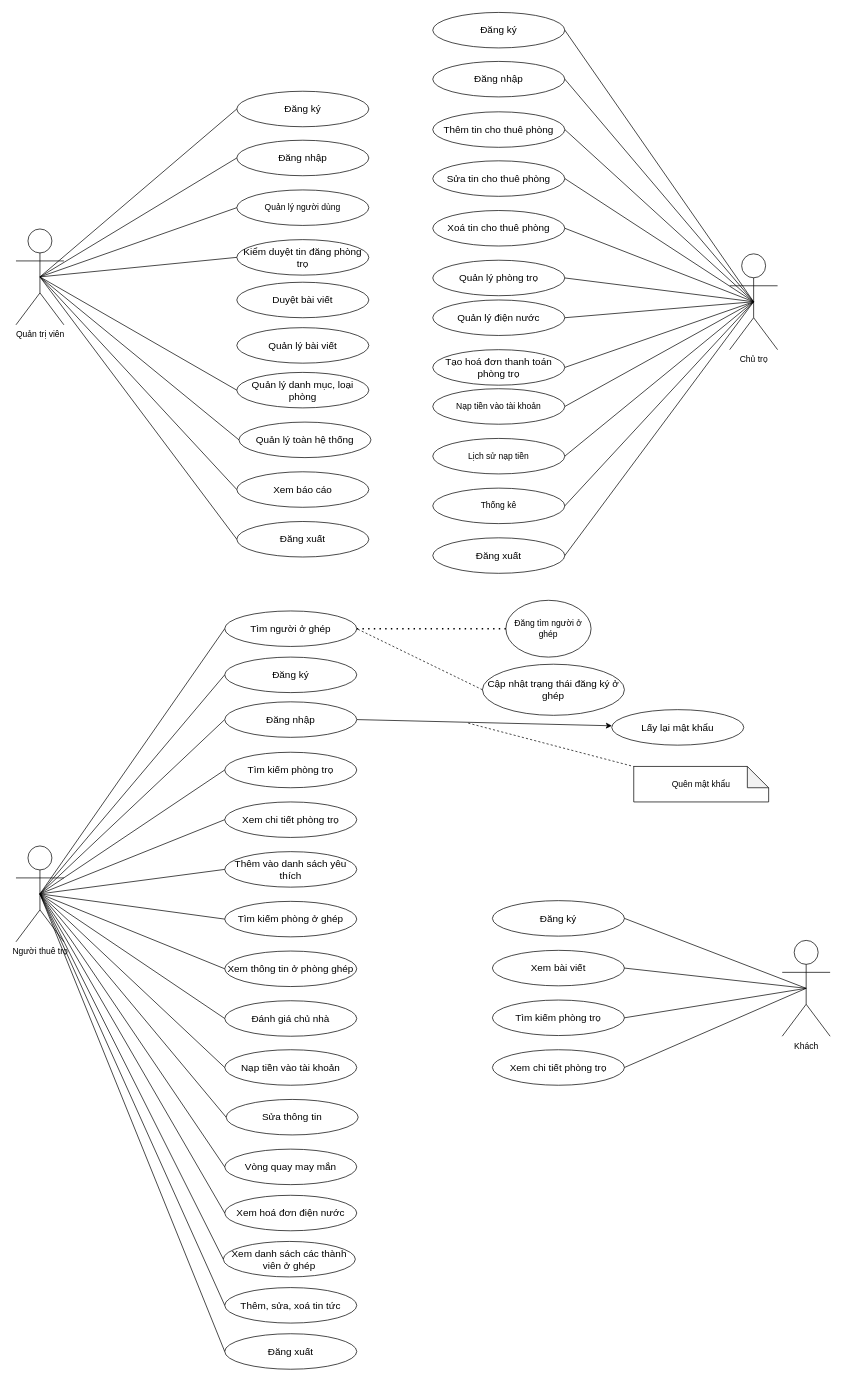
Before: Biểu đồ không có tiêu đề.drawio in thanhbinh0501/php3, a draw.io diagram. Source tidied: cells renumbered, new cells numbered last; positions are measured from the earlier drawing's top-left corner, leaving out a move shared by most shapes. Both pictures are drawn from the tidied source at 71%, with x=0, y=0 at pixel (16, 12).
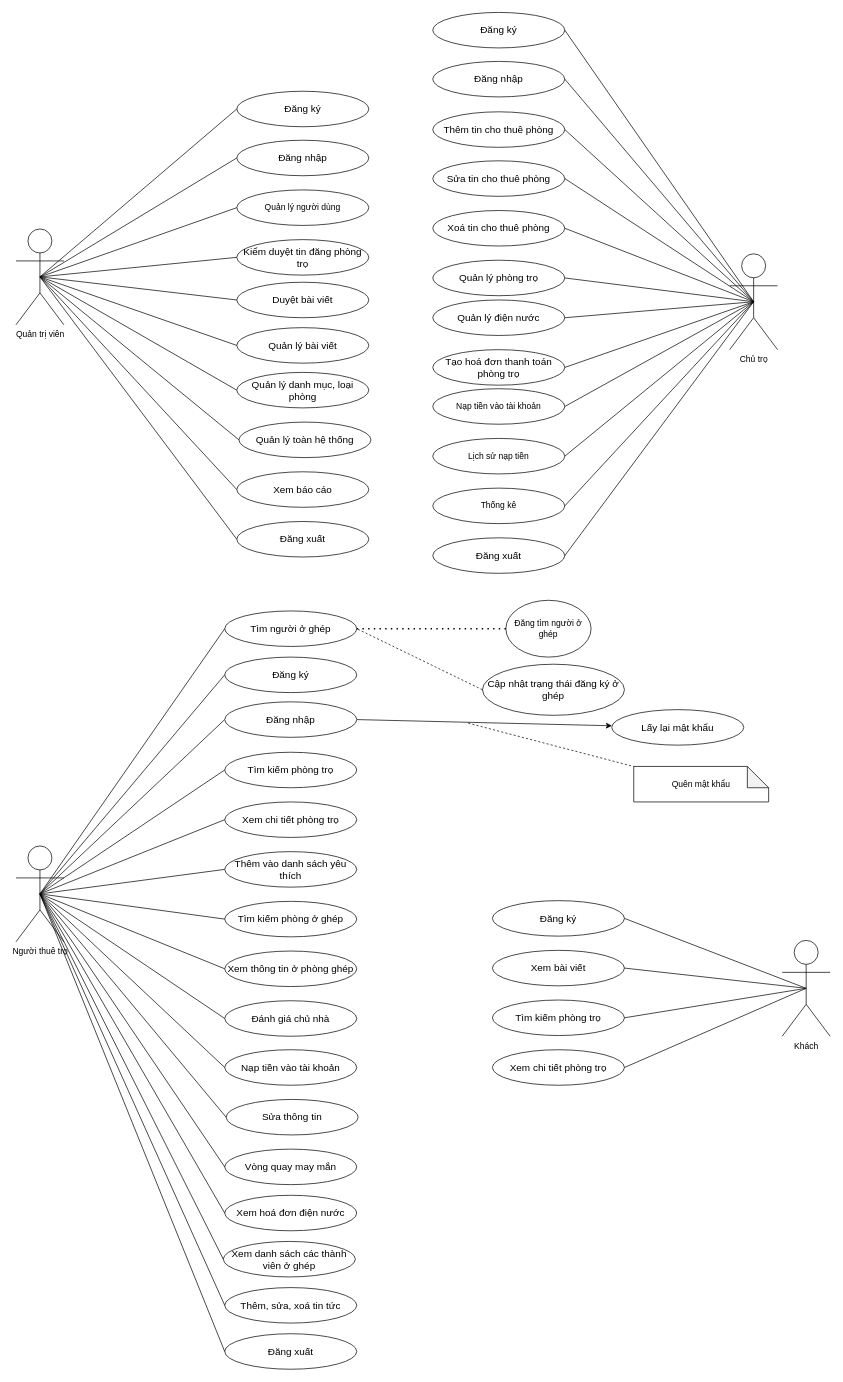
The same page after the edit.

Commit message:
Cập nhật Biểu đồ không có tiêu đề.drawio

The change refers to these unchanged cells:
```xml
<mxCell id="2" value="Quản trị viên" style="shape=umlActor;verticalLabelPosition=bottom;verticalAlign=top;html=1;outlineConnect=0;" parent="1" vertex="1">
  <mxGeometry y="305" width="67.5" height="135" as="geometry" />
</mxCell>
<mxCell id="95" value="&lt;span style=&quot;font-size: 14px;&quot;&gt;Duyệt bài viết&lt;/span&gt;" style="ellipse;whiteSpace=wrap;html=1;" parent="1" vertex="1">
  <mxGeometry x="311" y="380" width="186" height="50" as="geometry" />
</mxCell>
<mxCell id="96" value="&lt;span style=&quot;font-size: 14px;&quot;&gt;Quản lý bài viết&lt;/span&gt;" style="ellipse;whiteSpace=wrap;html=1;" parent="1" vertex="1">
  <mxGeometry x="311" y="444" width="186" height="50" as="geometry" />
</mxCell>
```

What changed in the source:
```diff
@@
+    <mxCell id="97" style="endArrow=none;html=1;rounded=0;exitX=0.5;exitY=0.5;exitDx=0;exitDy=0;exitPerimeter=0;entryX=0;entryY=0.5;entryDx=0;entryDy=0;" parent="1" edge="1" source="2" target="95">
+      <mxGeometry relative="1" as="geometry" />
+    </mxCell>
+    <mxCell id="98" style="endArrow=none;html=1;rounded=0;exitX=0.5;exitY=0.5;exitDx=0;exitDy=0;exitPerimeter=0;entryX=0;entryY=0.5;entryDx=0;entryDy=0;" parent="1" edge="1" source="2" target="96">
+      <mxGeometry relative="1" as="geometry" />
+    </mxCell>
```
